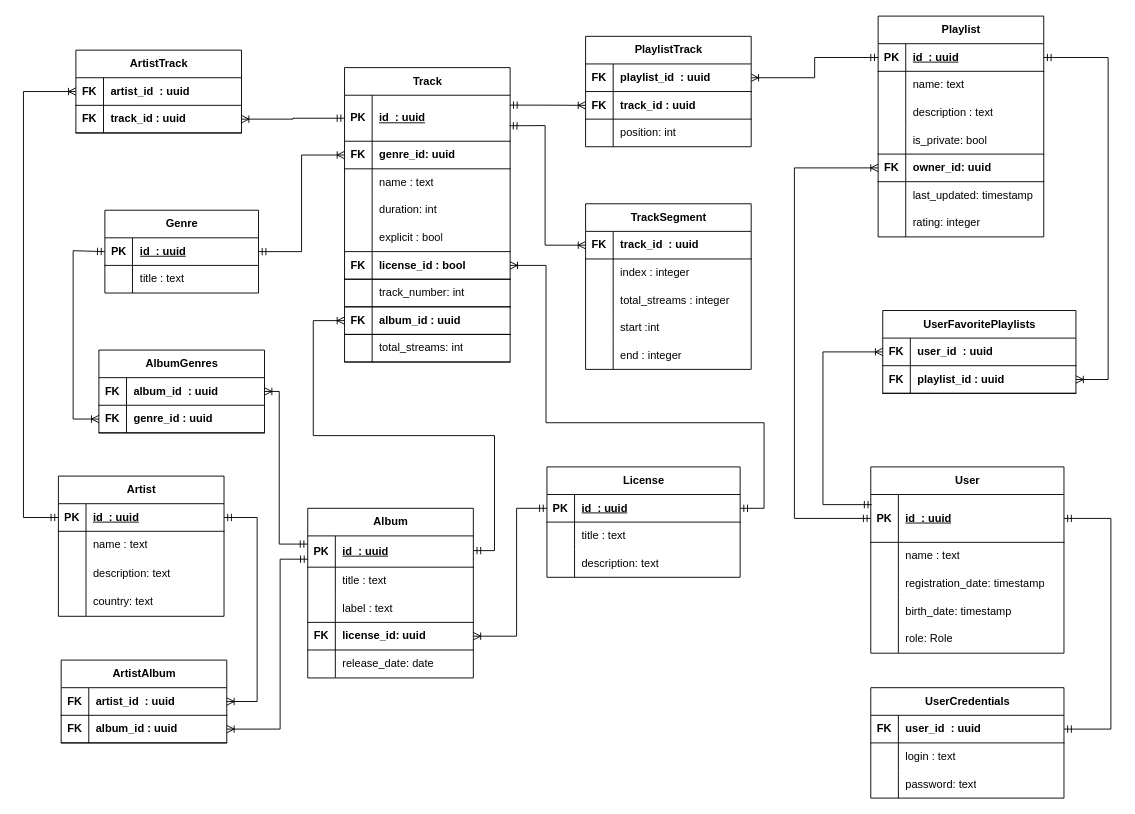
hahaclassic/orpheon keeps this draw.io diagram as diagrams/martin/martin_main.drawio. Above is the earlier version. Source tidied: cells renumbered, new cells numbered last; positions are measured from the earlier drawing's top-left corner, leaving out a move shared by most shapes. Both pictures are drawn from the tidied source at 92%, with x=0, y=0 at pixel (23, 16).
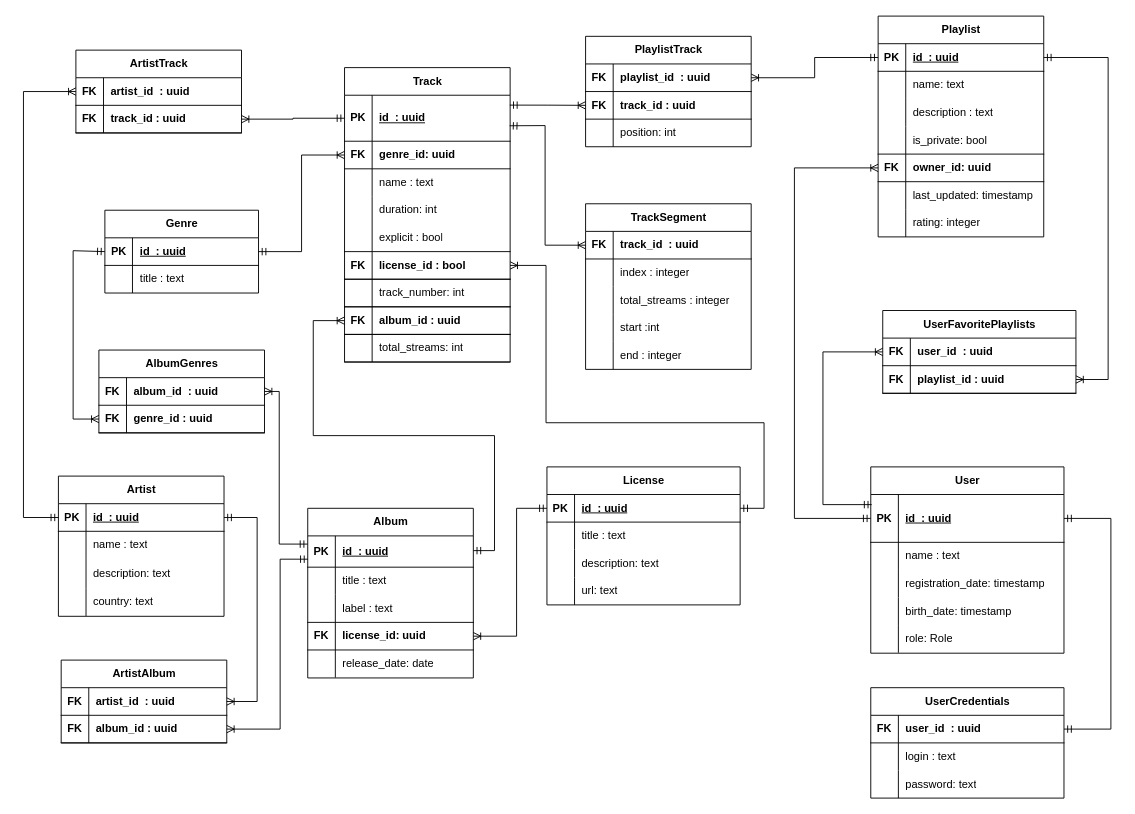
The same page after the edit.

Commit message (it also covers changes not shown here):
feature/deploy-beta(diagrams): upd

What changed in the source:
```diff
@@
     <mxCell id="114" value="License" style="shape=table;startSize=30;childLayout=tableLayout;rowLines=0;fontStyle=1;align=center;html=1;" parent="1" vertex="1">
-      <mxGeometry x="569" y="490" width="210" height="120" as="geometry" />
+      <mxGeometry x="569" y="490" width="210" height="150" as="geometry" />
     </mxCell>
@@
+    <mxCell id="196" style="shape=tableRow;horizontal=0;startSize=0;swimlaneHead=0;swimlaneBody=0;fillColor=none;top=0;left=0;right=0;bottom=0;" parent="114" vertex="1">
+      <mxGeometry y="120" width="210" height="30" as="geometry" />
+    </mxCell>
+    <mxCell id="197" style="shape=partialRectangle;fillColor=none;top=0;left=0;bottom=0;right=0;overflow=hidden;whiteSpace=wrap;html=1;" parent="196" vertex="1">
+      <mxGeometry width="30" height="30" as="geometry" />
+    </mxCell>
+    <mxCell id="198" value="url: text" style="shape=partialRectangle;fillColor=none;top=0;left=0;bottom=0;right=0;align=left;spacingLeft=6;overflow=hidden;whiteSpace=wrap;html=1;" parent="196" vertex="1">
+      <mxGeometry x="30" width="180" height="30" as="geometry" />
+    </mxCell>
```
